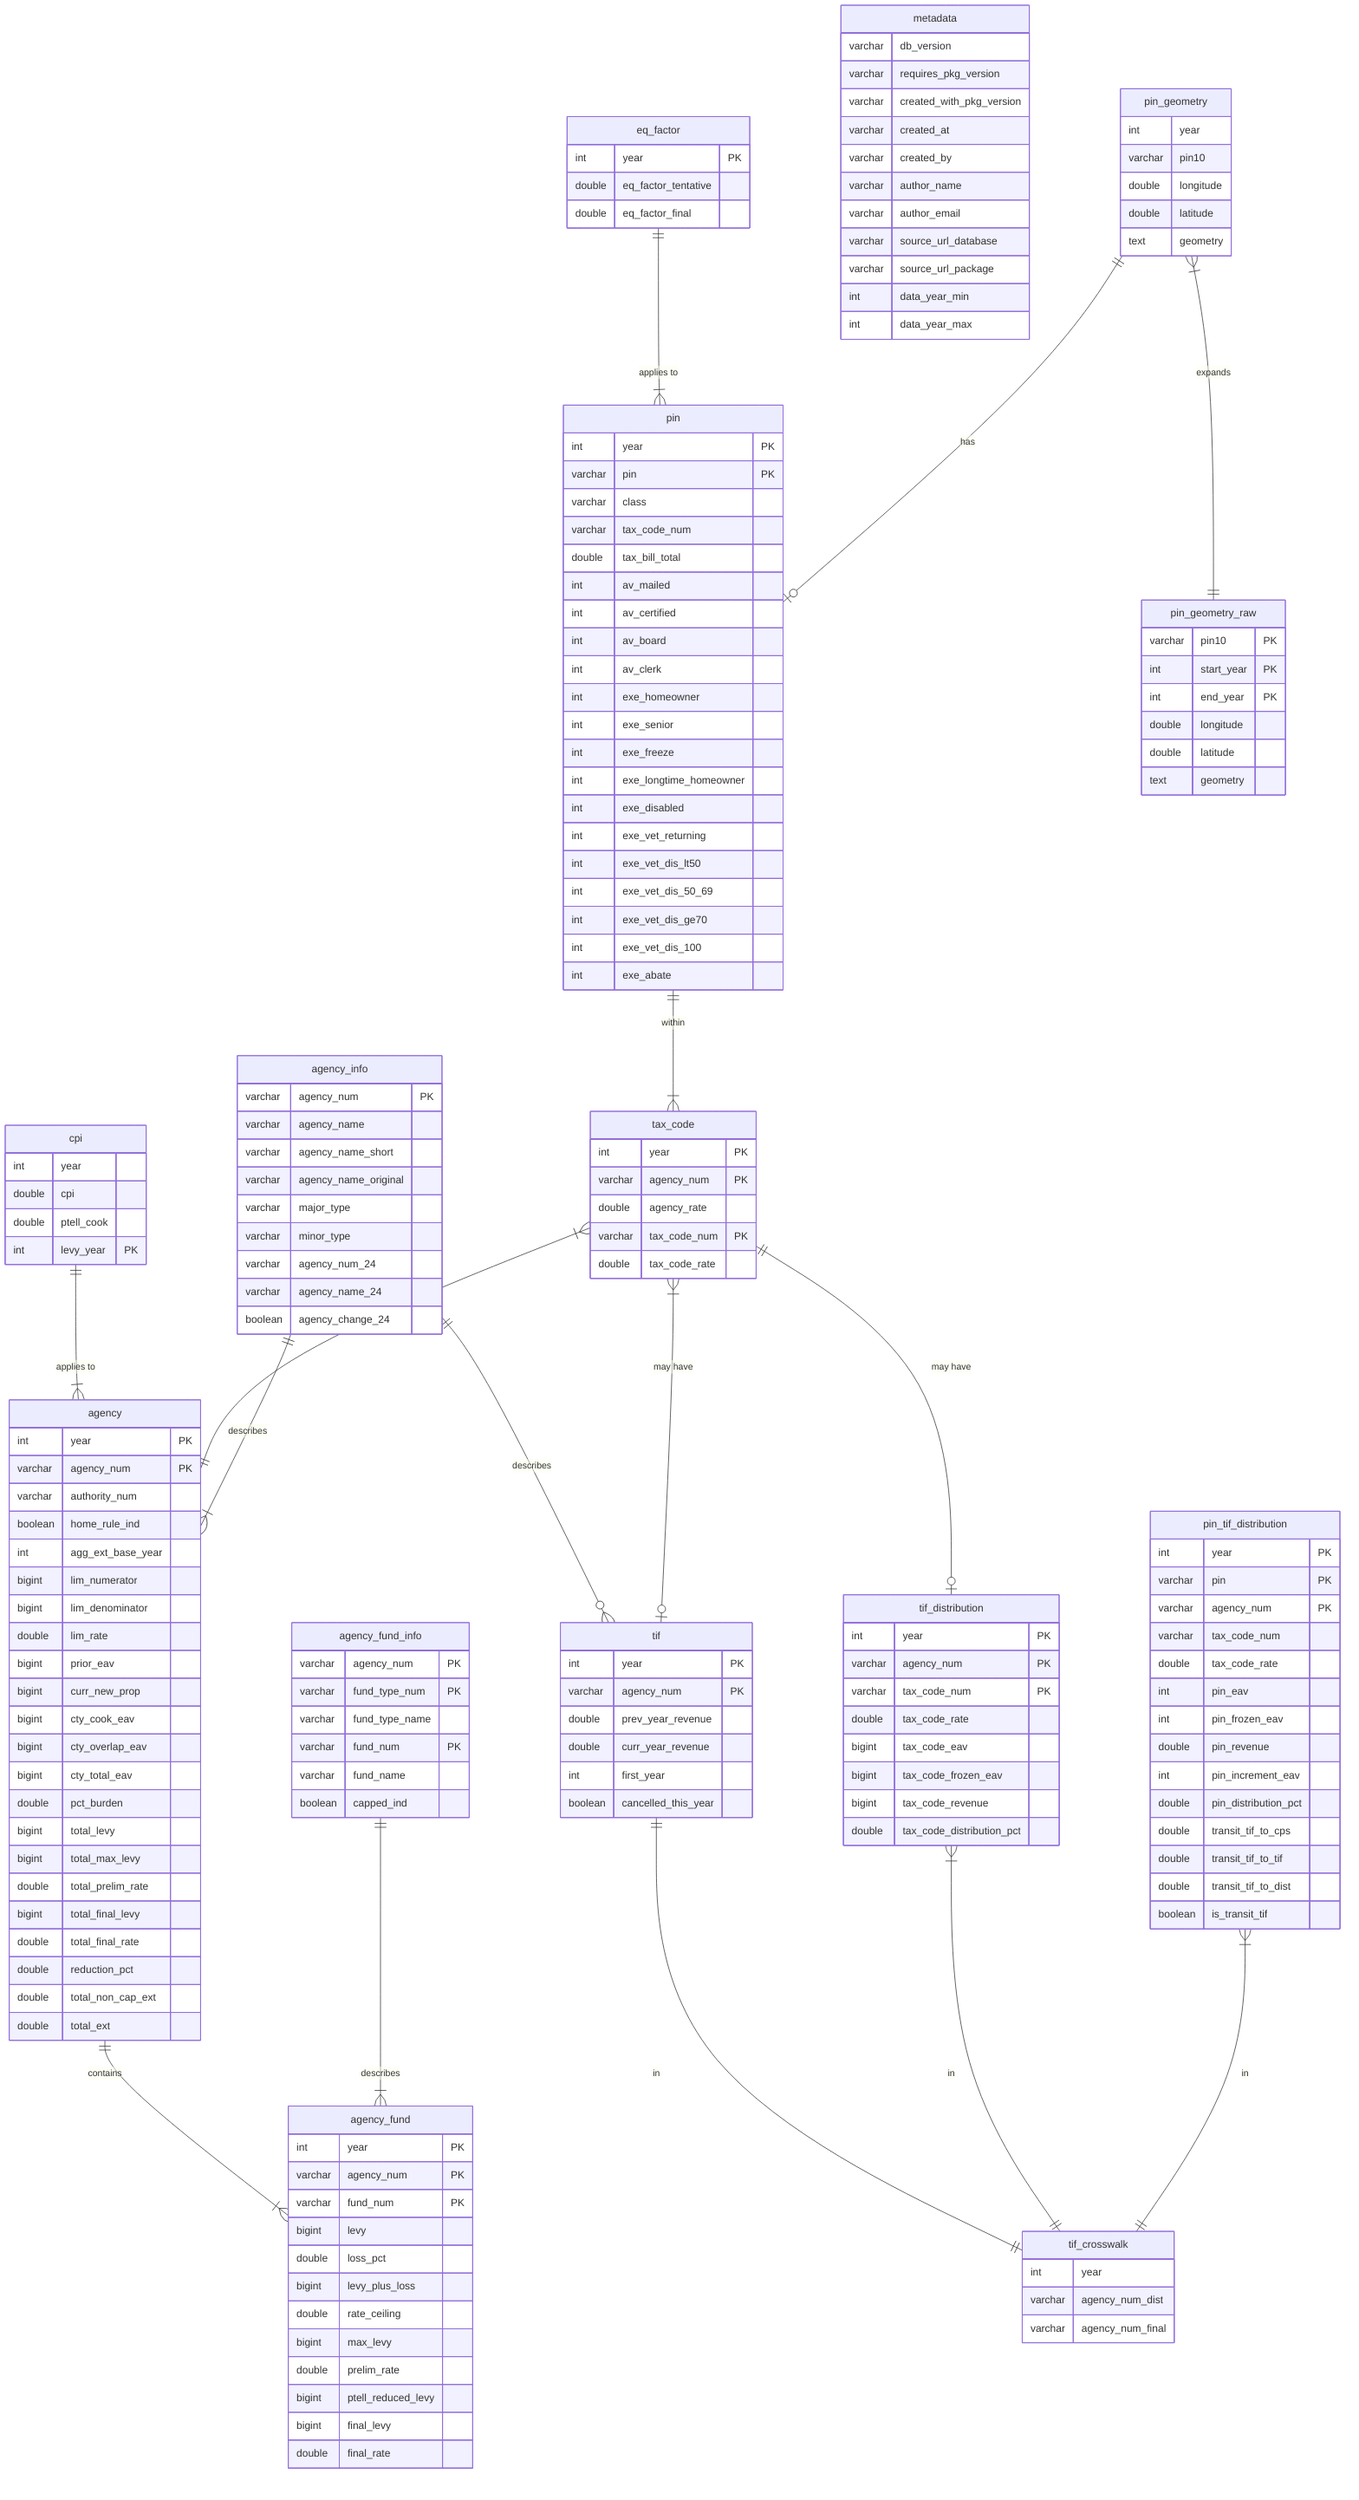
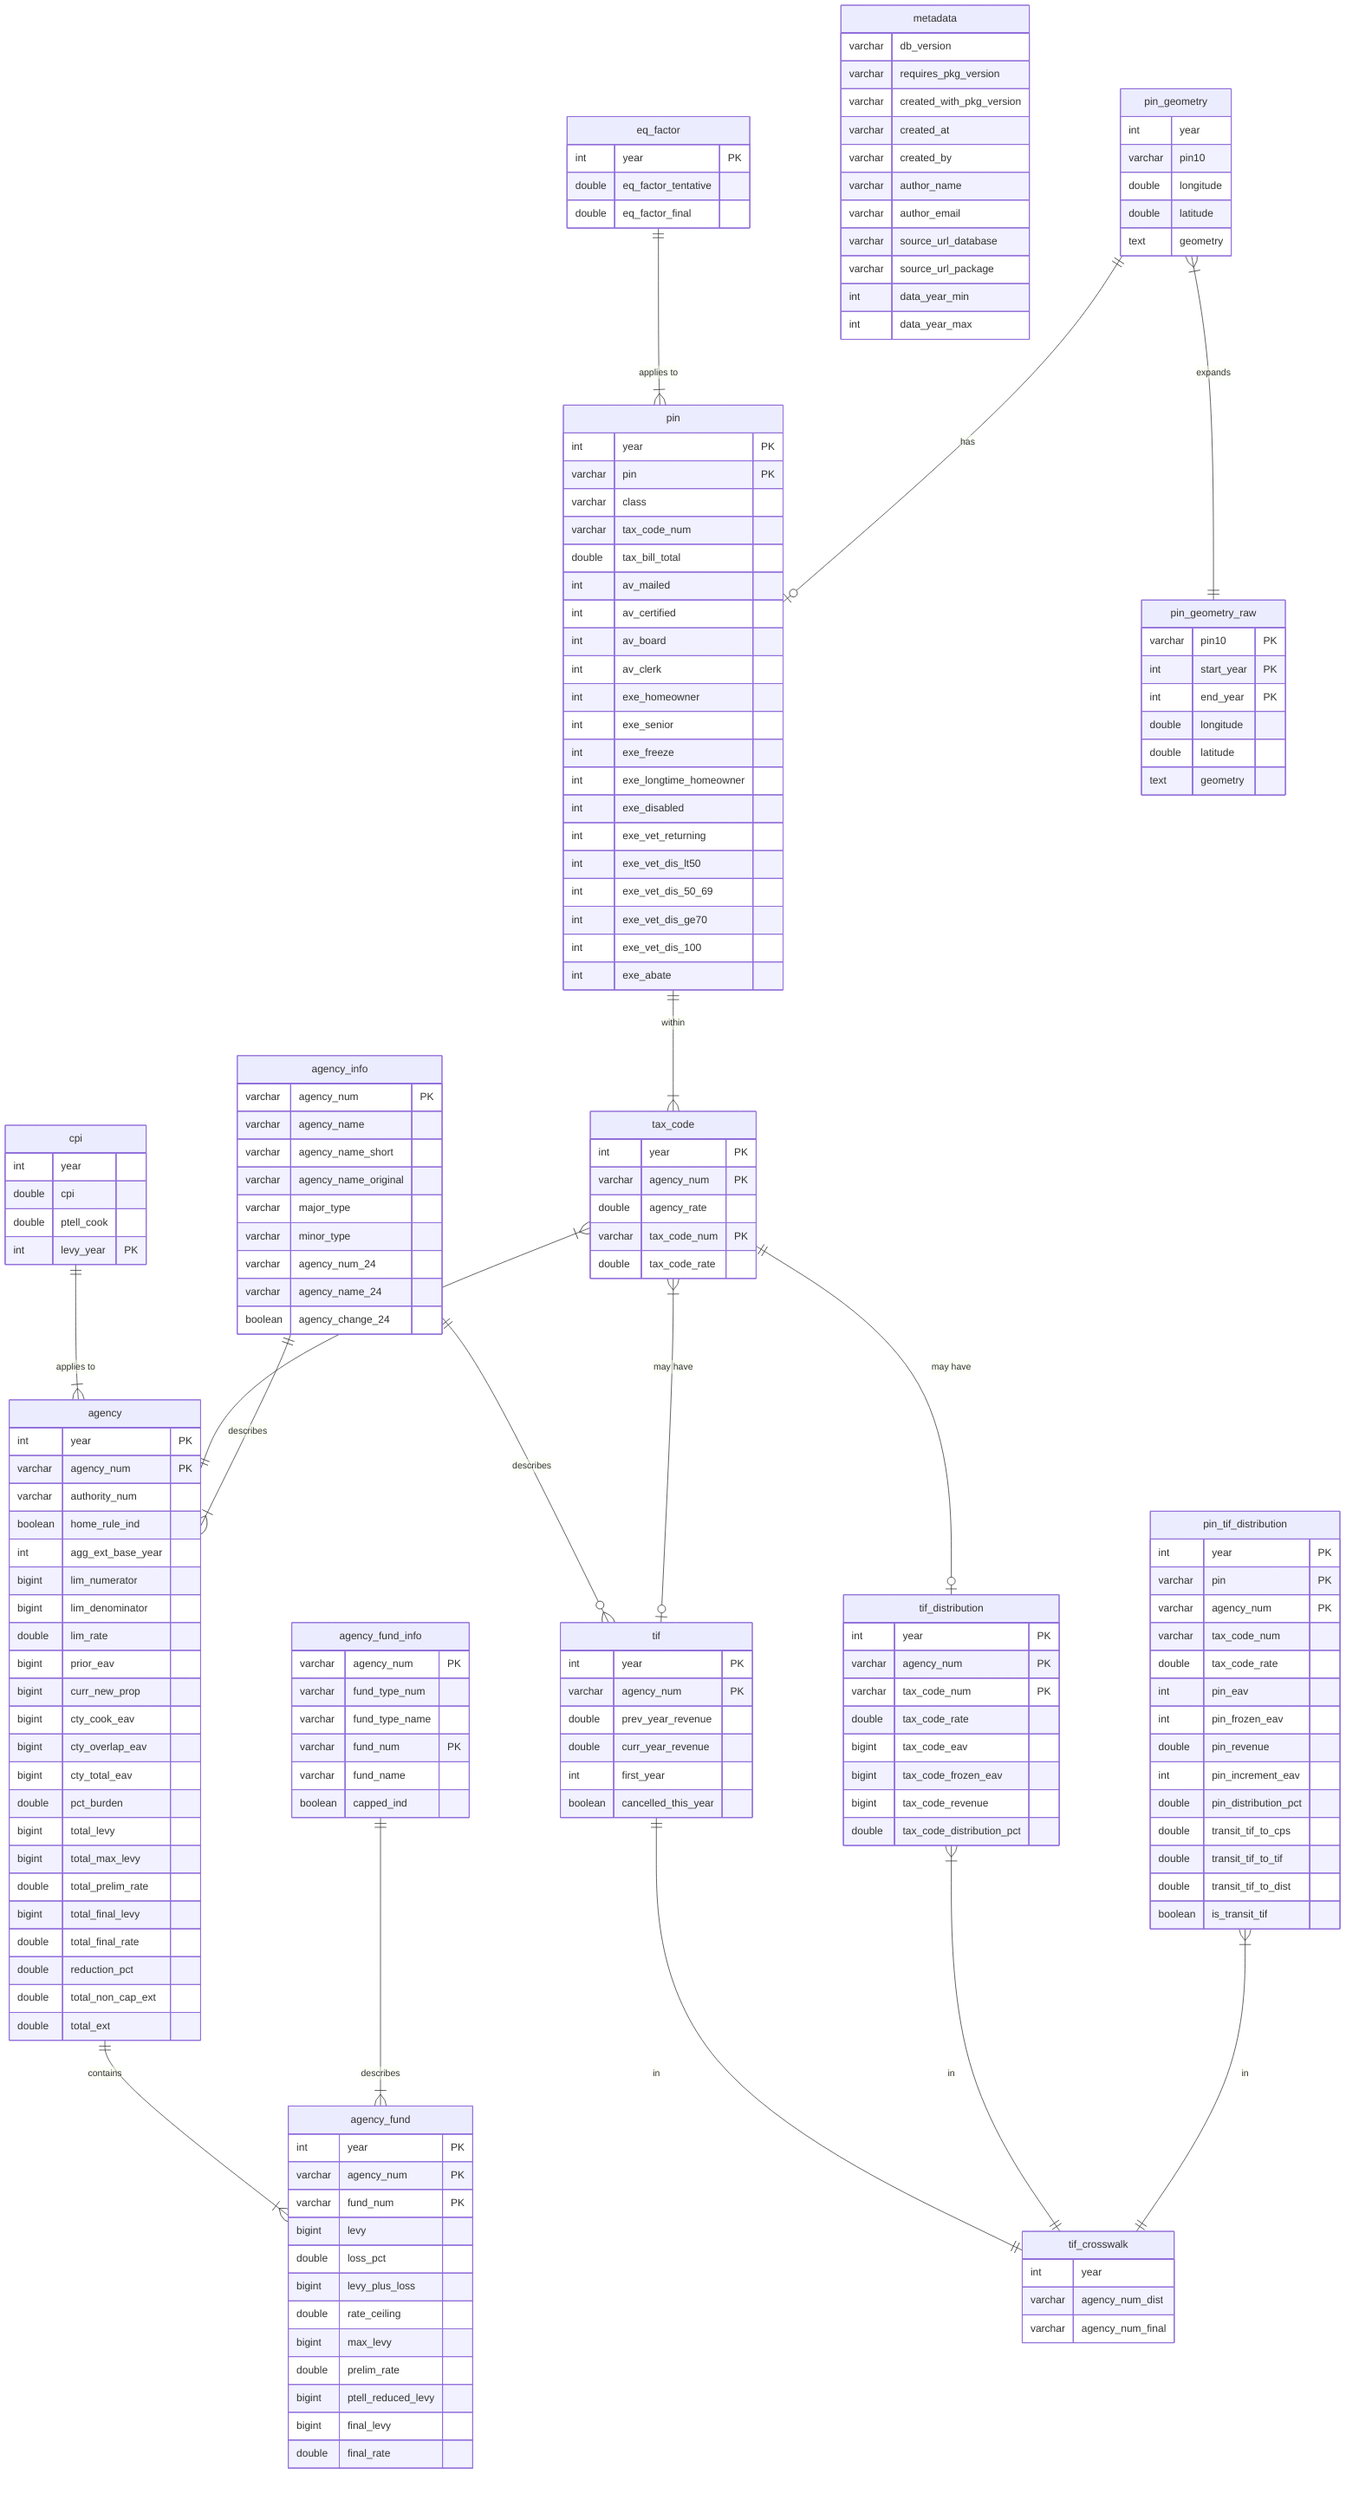
erDiagram

  agency {
    int     year              PK
    varchar agency_num        PK
    varchar authority_num
    boolean home_rule_ind
    int     agg_ext_base_year
    bigint  lim_numerator
    bigint  lim_denominator
    double  lim_rate
    bigint  prior_eav
    bigint  curr_new_prop
    bigint  cty_cook_eav
    bigint  cty_overlap_eav
    bigint  cty_total_eav
    double  pct_burden
    bigint  total_levy
    bigint  total_max_levy
    double  total_prelim_rate
    bigint  total_final_levy
    double  total_final_rate
    double  reduction_pct
    double  total_non_cap_ext
    double  total_ext
  }

  agency_info {
    varchar agency_num         PK
    varchar agency_name
    varchar agency_name_short
    varchar agency_name_original
    varchar major_type
    varchar minor_type
    varchar agency_num_24
    varchar agency_name_24
    boolean agency_change_24
  }

  agency_fund {
    int     year               PK
    varchar agency_num         PK
    varchar fund_num           PK
    bigint  levy
    double  loss_pct
    bigint  levy_plus_loss
    double  rate_ceiling
    bigint  max_levy
    double  prelim_rate
    bigint  ptell_reduced_levy
    bigint  final_levy
    double  final_rate
  }

  agency_fund_info {
    varchar agency_num         PK
-     varchar fund_type_num      PK
+     varchar fund_type_num
    varchar fund_type_name
    varchar fund_num           PK
    varchar fund_name
    boolean capped_ind
  }

  cpi {
    int     year
    double  cpi
    double  ptell_cook
    int     levy_year          PK
  }

  eq_factor {
    int     year               PK
    double  eq_factor_tentative
    double  eq_factor_final
  }

  metadata {
    varchar db_version
    varchar requires_pkg_version
    varchar created_with_pkg_version
    varchar created_at
    varchar created_by
    varchar author_name
    varchar author_email
    varchar source_url_database
    varchar source_url_package
    int     data_year_min
    int     data_year_max
  }

  pin {
    int     year               PK
    varchar pin                PK
    varchar class
    varchar tax_code_num
    double  tax_bill_total
    int     av_mailed
    int     av_certified
    int     av_board
    int     av_clerk
    int     exe_homeowner
    int     exe_senior
    int     exe_freeze
    int     exe_longtime_homeowner
    int     exe_disabled
    int     exe_vet_returning
    int     exe_vet_dis_lt50
    int     exe_vet_dis_50_69
    int     exe_vet_dis_ge70
    int     exe_vet_dis_100
    int     exe_abate
  }

  pin_geometry {
    int     year
    varchar pin10
    double  longitude
    double  latitude
    text    geometry
  }

  pin_geometry_raw {
    varchar pin10              PK
    int     start_year         PK
    int     end_year           PK
    double  longitude
    double  latitude
    text    geometry
  }

  tax_code {
    int     year               PK
    varchar agency_num         PK
    double  agency_rate
    varchar tax_code_num       PK
    double  tax_code_rate
  }

  tif {
    int     year               PK
    varchar agency_num         PK
    double  prev_year_revenue
    double  curr_year_revenue
    int     first_year
    boolean cancelled_this_year
  }

  tif_crosswalk {
    int     year
    varchar agency_num_dist
    varchar agency_num_final
  }

  tif_distribution {
    int     year               PK
    varchar agency_num         PK
    varchar tax_code_num       PK
    double  tax_code_rate
    bigint  tax_code_eav
    bigint  tax_code_frozen_eav
    bigint  tax_code_revenue
    double  tax_code_distribution_pct
  }

  pin_tif_distribution {
    int     year               PK
    varchar pin                PK
    varchar agency_num         PK
    varchar tax_code_num
    double  tax_code_rate
    int     pin_eav
    int     pin_frozen_eav
    double  pin_revenue
    int     pin_increment_eav
    double  pin_distribution_pct
    double  transit_tif_to_cps
    double  transit_tif_to_tif
    double  transit_tif_to_dist
    boolean is_transit_tif
  }

  eq_factor ||--|{ pin : "applies to"
  pin ||--|{ tax_code : "within"
  cpi ||--|{ agency : "applies to"
  tax_code }|--|| agency : "has"
  tax_code ||--o| tif_distribution : "may have"
  agency ||--|{ agency_fund : "contains"
  agency_info ||--|{ agency : "describes"
  agency_fund_info ||--|{ agency_fund : "describes"
  tif ||--|| tif_crosswalk : "in"
  tif_distribution }|--|| tif_crosswalk : "in"
  pin_tif_distribution }|--|| tif_crosswalk : "in"
  agency_info ||--o{ tif: "describes"
  tax_code }|--o| tif : "may have"
  pin_geometry ||--o| pin : "has"
  pin_geometry }|--|| pin_geometry_raw : "expands"
